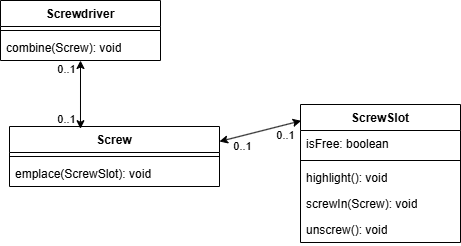
Before: Images/ToolsRelatedClasses.png, a diagram exported from draw.io (dopp1e/diploma). Source tidied: cells renumbered, new cells last; positions are measured from the earlier drawing's top-left corner, leaving out a move shared by most shapes.
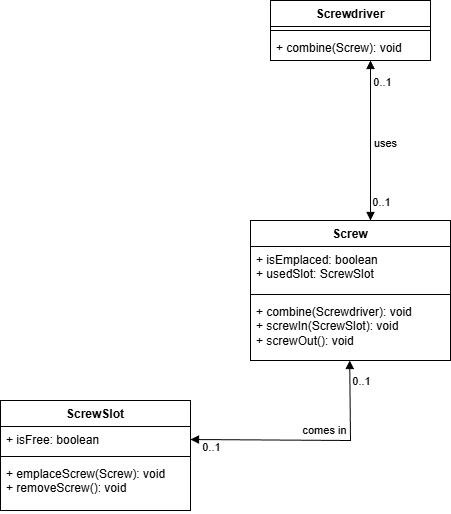
The same diagram one commit later.

Commit message:
Rewrote classes subsection

The edit, as a diff of the source:
```diff
@@ -2,67 +2,81 @@
   <root>
     <mxCell id="0" />
     <mxCell id="1" parent="0" />
-    <mxCell id="2" value="Screw" style="swimlane;fontStyle=1;align=center;verticalAlign=top;horizontal=1;startSize=26;whiteSpace=wrap;html=1;" parent="1" vertex="1">
-      <mxGeometry x="9" y="126" width="210" height="60" as="geometry" />
-    </mxCell>
-    <mxCell id="3" style="line;strokeWidth=1;fillColor=none;align=left;verticalAlign=middle;spacingTop=-1;spacingLeft=3;spacingRight=3;labelPosition=right;strokeColor=inherit;" parent="2" vertex="1">
-      <mxGeometry y="26" width="210" height="8" as="geometry" />
-    </mxCell>
-    <mxCell id="4" value="emplace(ScrewSlot): void" style="text;strokeColor=none;fillColor=none;align=left;verticalAlign=top;spacingLeft=4;spacingRight=4;overflow=hidden;whiteSpace=wrap;html=1;" parent="2" vertex="1">
-      <mxGeometry y="34" width="210" height="26" as="geometry" />
-    </mxCell>
     <mxCell id="5" value="Screwdriver" style="swimlane;fontStyle=1;align=center;verticalAlign=top;horizontal=1;startSize=26;whiteSpace=wrap;html=1;" parent="1" vertex="1">
-      <mxGeometry width="160" height="60" as="geometry" />
+      <mxGeometry x="90" y="56" width="160" height="60" as="geometry" />
     </mxCell>
     <mxCell id="6" style="line;strokeWidth=1;fillColor=none;align=left;verticalAlign=middle;spacingTop=-1;spacingLeft=3;spacingRight=3;labelPosition=right;strokeColor=inherit;" parent="5" vertex="1">
       <mxGeometry y="26" width="160" height="8" as="geometry" />
     </mxCell>
-    <mxCell id="7" value="combine(Screw): void" style="text;strokeColor=none;fillColor=none;align=left;verticalAlign=top;spacingLeft=4;spacingRight=4;overflow=hidden;points=[[0,0.5],[1,0.5]];portConstraint=eastwest;whiteSpace=wrap;html=1;" parent="5" vertex="1">
-      <mxGeometry y="34" width="160" height="26" as="geometry" />
-    </mxCell>
-    <mxCell id="8" style="endArrow=classic;startArrow=classic;html=1;exitX=0.338;exitY=0.037;exitDx=0;exitDy=0;exitPerimeter=0;" parent="1" edge="1" source="2" target="7">
-      <mxGeometry relative="1" as="geometry" />
-    </mxCell>
-    <mxCell id="9" value="0..1" style="edgeLabel;html=1;align=center;verticalAlign=middle;" parent="8" vertex="1">
-      <mxGeometry x="0.77" relative="1" as="geometry">
-        <mxPoint x="-14" as="offset" />
-      </mxGeometry>
-    </mxCell>
-    <mxCell id="10" value="0..1" style="edgeLabel;html=1;align=center;verticalAlign=middle;" parent="8" vertex="1">
-      <mxGeometry x="-0.79" y="2" relative="1" as="geometry">
-        <mxPoint x="-12" y="-3" as="offset" />
-      </mxGeometry>
-    </mxCell>
+    <mxCell id="20" value="+ combine(Screw): void" style="text;strokeColor=none;fillColor=none;align=left;verticalAlign=top;spacingLeft=4;spacingRight=4;overflow=hidden;whiteSpace=wrap;html=1;" parent="5" vertex="1">
+      <mxGeometry y="34" width="160" height="26" as="geometry" />
+    </mxCell>
+    <mxCell id="2" value="Screw" style="swimlane;fontStyle=1;align=center;verticalAlign=top;horizontal=1;startSize=26;whiteSpace=wrap;html=1;" parent="1" vertex="1">
+      <mxGeometry x="70" y="276" width="200" height="140" as="geometry" />
+    </mxCell>
+    <mxCell id="21" value="&lt;div&gt;+ isEmplaced: boolean&lt;/div&gt;&lt;div&gt;+ usedSlot: ScrewSlot&lt;/div&gt;" style="text;strokeColor=none;fillColor=none;align=left;verticalAlign=top;spacingLeft=4;spacingRight=4;overflow=hidden;whiteSpace=wrap;html=1;" parent="2" vertex="1">
+      <mxGeometry y="26" width="200" height="44" as="geometry" />
+    </mxCell>
+    <mxCell id="22" style="line;strokeWidth=1;fillColor=none;align=left;verticalAlign=middle;spacingTop=-1;spacingLeft=3;spacingRight=3;labelPosition=right;strokeColor=inherit;" parent="2" vertex="1">
+      <mxGeometry y="70" width="200" height="8" as="geometry" />
+    </mxCell>
+    <mxCell id="23" value="+ combine(Screwdriver): void&lt;div&gt;+ screwIn(ScrewSlot): void&lt;/div&gt;&lt;div&gt;+ screwOut(): void&lt;/div&gt;" style="text;strokeColor=none;fillColor=none;align=left;verticalAlign=top;spacingLeft=4;spacingRight=4;overflow=hidden;points=[[0,0.5],[1,0.5]];portConstraint=eastwest;whiteSpace=wrap;html=1;" parent="2" vertex="1">
+      <mxGeometry y="78" width="200" height="62" as="geometry" />
+    </mxCell>
+    <mxCell id="24" style="endArrow=block;startArrow=block;endFill=1;startFill=1;html=1;rounded=0;exitX=1.002;exitY=0.133;exitDx=0;exitDy=0;exitPerimeter=0;" parent="1" edge="1">
+      <mxGeometry relative="1" as="geometry">
+        <mxPoint x="190" y="276" as="sourcePoint" />
+        <mxPoint x="190" y="116" as="targetPoint" />
+      </mxGeometry>
+    </mxCell>
+    <mxCell id="25" value="0..1" style="edgeLabel;html=1;align=center;verticalAlign=middle;" parent="24" vertex="1">
+      <mxGeometry x="-0.78" y="2" relative="1" as="geometry">
+        <mxPoint x="12" y="-2" as="offset" />
+      </mxGeometry>
+    </mxCell>
+    <mxCell id="26" value="0..1" style="edgeLabel;html=1;align=center;verticalAlign=middle;" parent="24" vertex="1">
+      <mxGeometry x="-0.78" y="2" relative="1" as="geometry">
+        <mxPoint x="13" y="-122" as="offset" />
+      </mxGeometry>
+    </mxCell>
+    <mxCell id="27" value="uses" style="edgeLabel;html=1;align=center;verticalAlign=middle;" parent="24" vertex="1">
+      <mxGeometry x="-0.13" y="2" relative="1" as="geometry">
+        <mxPoint x="16" y="-8" as="offset" />
+      </mxGeometry>
+    </mxCell>
     <mxCell id="11" value="ScrewSlot" style="swimlane;fontStyle=1;align=center;verticalAlign=top;horizontal=1;startSize=26;whiteSpace=wrap;html=1;" parent="1" vertex="1">
-      <mxGeometry x="300" y="104" width="160" height="138" as="geometry" />
+      <mxGeometry x="-180" y="456" width="190" height="110" as="geometry" />
     </mxCell>
-    <mxCell id="12" value="isFree: boolean" style="text;strokeColor=none;fillColor=none;align=left;verticalAlign=top;spacingLeft=4;spacingRight=4;overflow=hidden;whiteSpace=wrap;html=1;" parent="11" vertex="1">
-      <mxGeometry y="26" width="160" height="26" as="geometry" />
-    </mxCell>
-    <mxCell id="13" style="line;strokeWidth=1;fillColor=none;align=left;verticalAlign=middle;spacingTop=-1;spacingLeft=3;spacingRight=3;labelPosition=right;strokeColor=inherit;" parent="11" vertex="1">
-      <mxGeometry y="52" width="160" height="8" as="geometry" />
-    </mxCell>
-    <mxCell id="14" value="highlight(): void" style="text;strokeColor=none;fillColor=none;align=left;verticalAlign=top;spacingLeft=4;spacingRight=4;overflow=hidden;whiteSpace=wrap;html=1;" parent="11" vertex="1">
-      <mxGeometry y="60" width="160" height="26" as="geometry" />
-    </mxCell>
-    <mxCell id="15" value="screwIn(Screw): void" style="text;strokeColor=none;fillColor=none;align=left;verticalAlign=top;spacingLeft=4;spacingRight=4;overflow=hidden;whiteSpace=wrap;html=1;" parent="11" vertex="1">
-      <mxGeometry y="86" width="160" height="26" as="geometry" />
-    </mxCell>
-    <mxCell id="16" value="unscrew(): void" style="text;strokeColor=none;fillColor=none;align=left;verticalAlign=top;spacingLeft=4;spacingRight=4;overflow=hidden;whiteSpace=wrap;html=1;" parent="11" vertex="1">
-      <mxGeometry y="112" width="160" height="26" as="geometry" />
-    </mxCell>
-    <mxCell id="17" style="endArrow=classic;startArrow=classic;html=1;entryX=1;entryY=0.25;entryDx=0;entryDy=0;exitX=0.004;exitY=0.118;exitDx=0;exitDy=0;exitPerimeter=0;" parent="1" edge="1" source="11" target="2">
-      <mxGeometry relative="1" as="geometry" />
-    </mxCell>
-    <mxCell id="18" value="0..1" style="edgeLabel;html=1;align=center;verticalAlign=middle;" parent="17" vertex="1">
-      <mxGeometry x="0.81" y="-3" relative="1" as="geometry">
-        <mxPoint x="15" y="9" as="offset" />
-      </mxGeometry>
-    </mxCell>
-    <mxCell id="19" value="0..1" style="edgeLabel;html=1;align=center;verticalAlign=middle;" parent="17" vertex="1">
-      <mxGeometry x="-0.78" relative="1" as="geometry">
-        <mxPoint x="-7" y="12" as="offset" />
-      </mxGeometry>
-    </mxCell>
+    <mxCell id="28" value="+ isFree: boolean" style="text;strokeColor=none;fillColor=none;align=left;verticalAlign=top;spacingLeft=4;spacingRight=4;overflow=hidden;points=[[0,0.5],[1,0.5]];portConstraint=eastwest;whiteSpace=wrap;html=1;" parent="11" vertex="1">
+      <mxGeometry y="26" width="190" height="26" as="geometry" />
+    </mxCell>
+    <mxCell id="29" style="line;strokeWidth=1;fillColor=none;align=left;verticalAlign=middle;spacingTop=-1;spacingLeft=3;spacingRight=3;labelPosition=right;strokeColor=inherit;" parent="11" vertex="1">
+      <mxGeometry y="52" width="190" height="8" as="geometry" />
+    </mxCell>
+    <mxCell id="30" value="+ emplaceScrew(Screw): void&lt;div&gt;+ removeScrew(): void&lt;/div&gt;" style="text;strokeColor=none;fillColor=none;align=left;verticalAlign=top;spacingLeft=4;spacingRight=4;overflow=hidden;whiteSpace=wrap;html=1;" parent="11" vertex="1">
+      <mxGeometry y="60" width="190" height="50" as="geometry" />
+    </mxCell>
+    <mxCell id="31" style="endArrow=block;startArrow=block;endFill=1;startFill=1;html=1;rounded=0;exitX=1;exitY=0.5;exitDx=0;exitDy=0;entryX=0.496;entryY=1;entryDx=0;entryDy=0;entryPerimeter=0;" parent="1" edge="1" source="28" target="23">
+      <mxGeometry relative="1" as="geometry">
+        <Array as="points">
+          <mxPoint x="170" y="496" />
+        </Array>
+      </mxGeometry>
+    </mxCell>
+    <mxCell id="32" value="0..1" style="edgeLabel;html=1;align=center;verticalAlign=middle;" parent="31" vertex="1">
+      <mxGeometry x="-0.78" y="2" relative="1" as="geometry">
+        <mxPoint x="-6" y="9" as="offset" />
+      </mxGeometry>
+    </mxCell>
+    <mxCell id="33" value="0..1" style="edgeLabel;html=1;align=center;verticalAlign=middle;" parent="31" vertex="1">
+      <mxGeometry x="-0.78" y="2" relative="1" as="geometry">
+        <mxPoint x="144" y="-57" as="offset" />
+      </mxGeometry>
+    </mxCell>
+    <mxCell id="34" value="comes in" style="edgeLabel;html=1;align=center;verticalAlign=middle;" parent="31" vertex="1">
+      <mxGeometry x="-0.13" y="2" relative="1" as="geometry">
+        <mxPoint x="29" y="-8" as="offset" />
+      </mxGeometry>
+    </mxCell>
   </root>
 </mxGraphModel>
```
